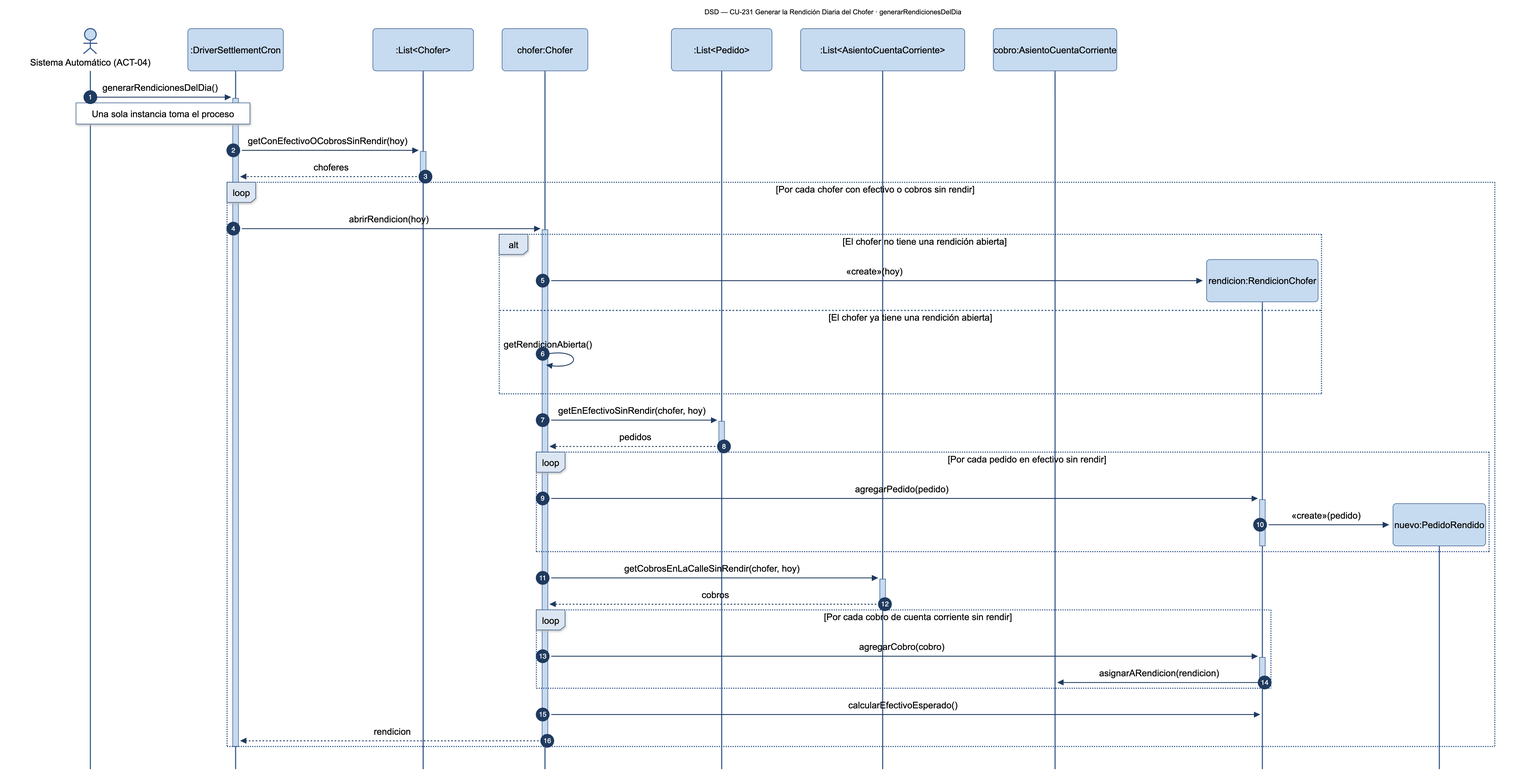
Before: diagramas/png/DSD_CU-231_generarRendicionesDelDia.png, a diagram exported from Mermaid (Nahuelito-Dev/splg-docs). Its source is kept beside it as diagramas/DSD_CU-231_generarRendicionesDelDia.mmd. The source it was exported from:
```mermaid
sequenceDiagram
    title DSD — CU-231 Generar la Rendición Diaria del Chofer · generarRendicionesDelDia
    autonumber
    actor SAU as Sistema Automático (ACT-04)
    participant CRN as :DriverSettlementCron
    participant CHFS as :List#lt;Chofer#gt;
    participant CHF as chofer:Chofer
    participant PEDS as :List#lt;Pedido#gt;
    participant ASIS as :List#lt;AsientoCuentaCorriente#gt;
    participant ASC as cobro:AsientoCuentaCorriente

    SAU->>+CRN: generarRendicionesDelDia()
    Note over SAU,CRN: Una sola instancia toma el proceso
    CRN->>+CHFS: getConEfectivoOCobrosSinRendir(hoy)
    CHFS-->>-CRN: choferes
    loop Por cada chofer con efectivo o cobros sin rendir
        CRN->>+CHF: abrirRendicion(hoy)
        alt El chofer no tiene una rendición abierta
            create participant NRE as rendicion:RendicionChofer
            CHF->>NRE: «create»(hoy)
        else El chofer ya tiene una rendición abierta
            CHF->>CHF: getRendicionAbierta()
        end
        CHF->>+PEDS: getEnEfectivoSinRendir(chofer, hoy)
        PEDS-->>-CHF: pedidos
        loop Por cada pedido en efectivo sin rendir
            CHF->>+NRE: agregarPedido(pedido)
            create participant NPR as nuevo:PedidoRendido
            NRE->>NPR: «create»(pedido)
            deactivate NRE
        end
        CHF->>+ASIS: getCobrosEnLaCalleSinRendir(chofer, hoy)
        ASIS-->>-CHF: cobros
        loop Por cada cobro de cuenta corriente sin rendir
            CHF->>+NRE: agregarCobro(cobro)
            NRE->>ASC: asignarARendicion(rendicion)
            deactivate NRE
        end
        CHF->>NRE: calcularEfectivoEsperado()
        CHF-->>-CRN: rendicion
    end
    deactivate CRN
```
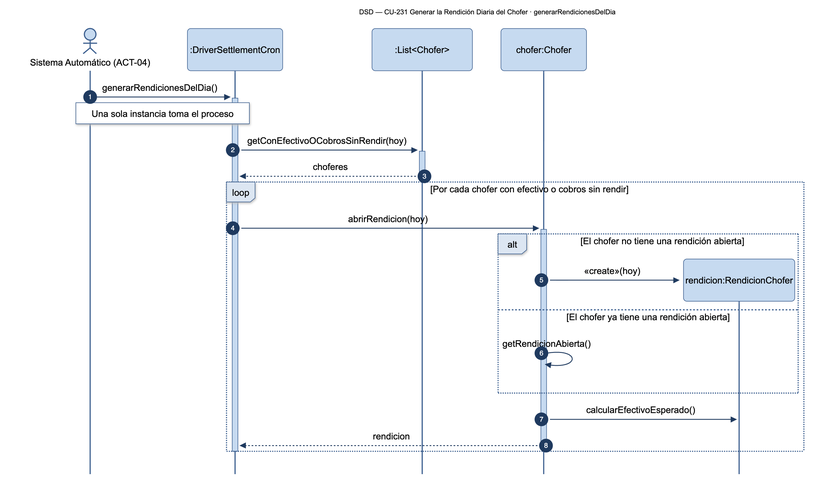
The same file after the commit.

The edit, as a diff of the source:
```diff
@@ -5,9 +5,6 @@
     participant CRN as :DriverSettlementCron
     participant CHFS as :List#lt;Chofer#gt;
     participant CHF as chofer:Chofer
-    participant PEDS as :List#lt;Pedido#gt;
-    participant ASIS as :List#lt;AsientoCuentaCorriente#gt;
-    participant ASC as cobro:AsientoCuentaCorriente
 
     SAU->>+CRN: generarRendicionesDelDia()
     Note over SAU,CRN: Una sola instancia toma el proceso
@@ -21,21 +18,6 @@
         else El chofer ya tiene una rendición abierta
             CHF->>CHF: getRendicionAbierta()
         end
-        CHF->>+PEDS: getEnEfectivoSinRendir(chofer, hoy)
-        PEDS-->>-CHF: pedidos
-        loop Por cada pedido en efectivo sin rendir
-            CHF->>+NRE: agregarPedido(pedido)
-            create participant NPR as nuevo:PedidoRendido
-            NRE->>NPR: «create»(pedido)
-            deactivate NRE
-        end
-        CHF->>+ASIS: getCobrosEnLaCalleSinRendir(chofer, hoy)
-        ASIS-->>-CHF: cobros
-        loop Por cada cobro de cuenta corriente sin rendir
-            CHF->>+NRE: agregarCobro(cobro)
-            NRE->>ASC: asignarARendicion(rendicion)
-            deactivate NRE
-        end
         CHF->>NRE: calcularEfectivoEsperado()
         CHF-->>-CRN: rendicion
     end
```
